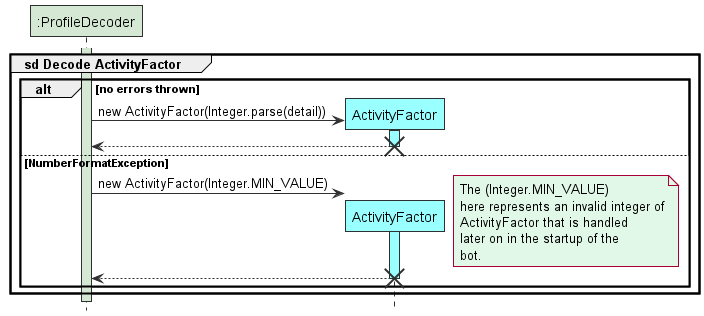
tryyang2001/tp keeps this PlantUML diagram as docs/images/DecodeActivityFactor.png. Above is the earlier version.
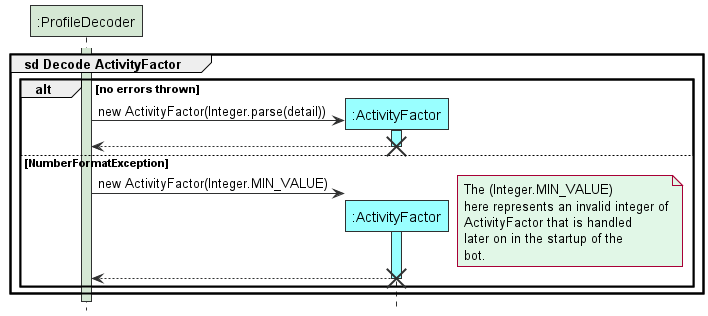
The same file after the commit.

The edit, as a diff of the source:
```diff
@@ -5,7 +5,7 @@
 
 group sd Decode ActivityFactor
 participant ":ProfileDecoder" As ProfileDecoder STORAGE_COLOUR
-participant ActivityFactor DATA_COLOUR
+participant ":ActivityFactor" As ActivityFactor DATA_COLOUR
 
 activate ProfileDecoder STORAGE_COLOUR
 alt no errors thrown
```
